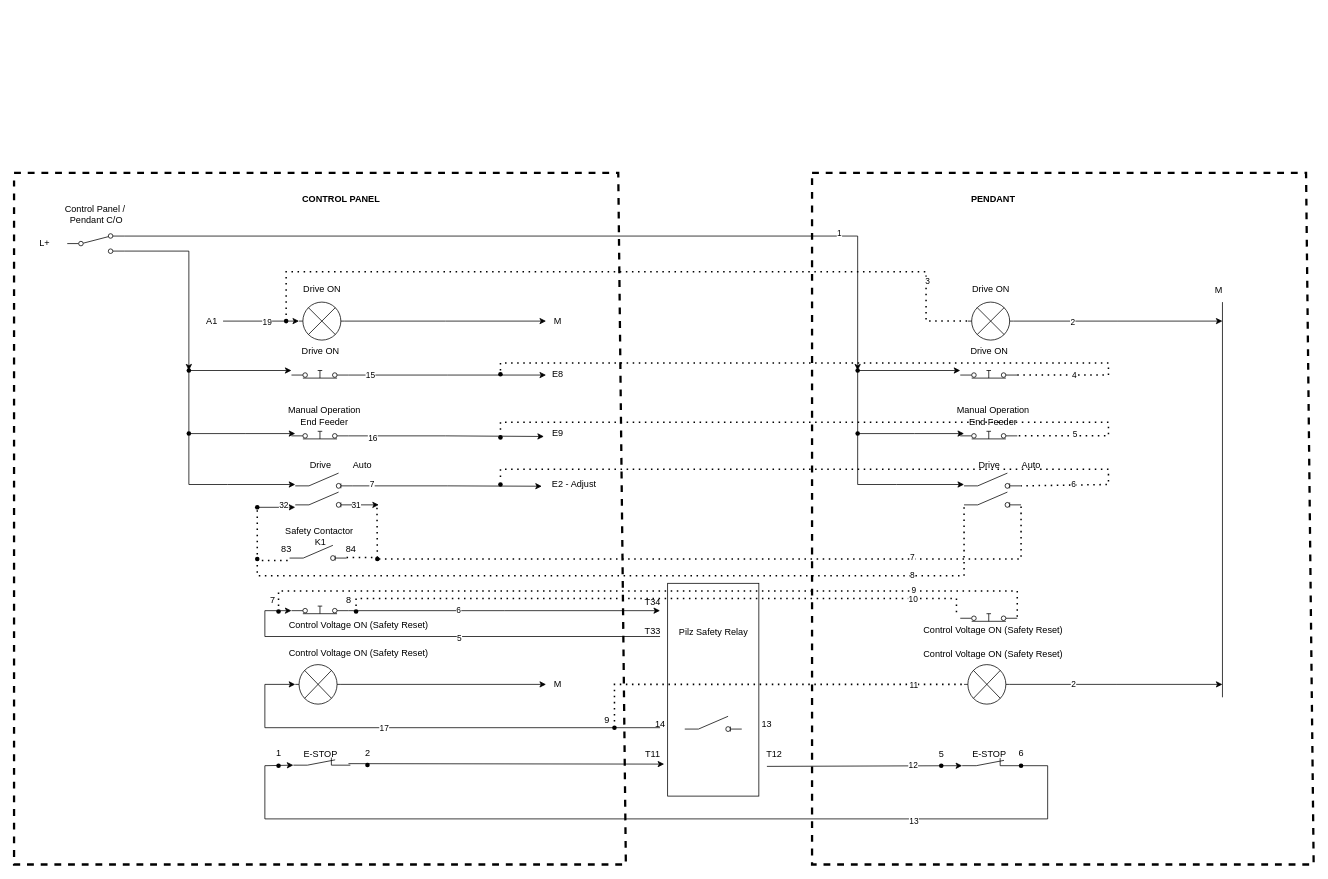
nicholas-carnie/Nicks-files keeps this draw.io diagram as 176 Pendant.drawio. Above is the earlier version. Source tidied: cells renumbered, new cells numbered last; positions are measured from the earlier drawing's top-left corner, leaving out a move shared by most shapes. Both pictures are drawn from the tidied source at 76%, with x=0, y=0 at pixel (14, 173).
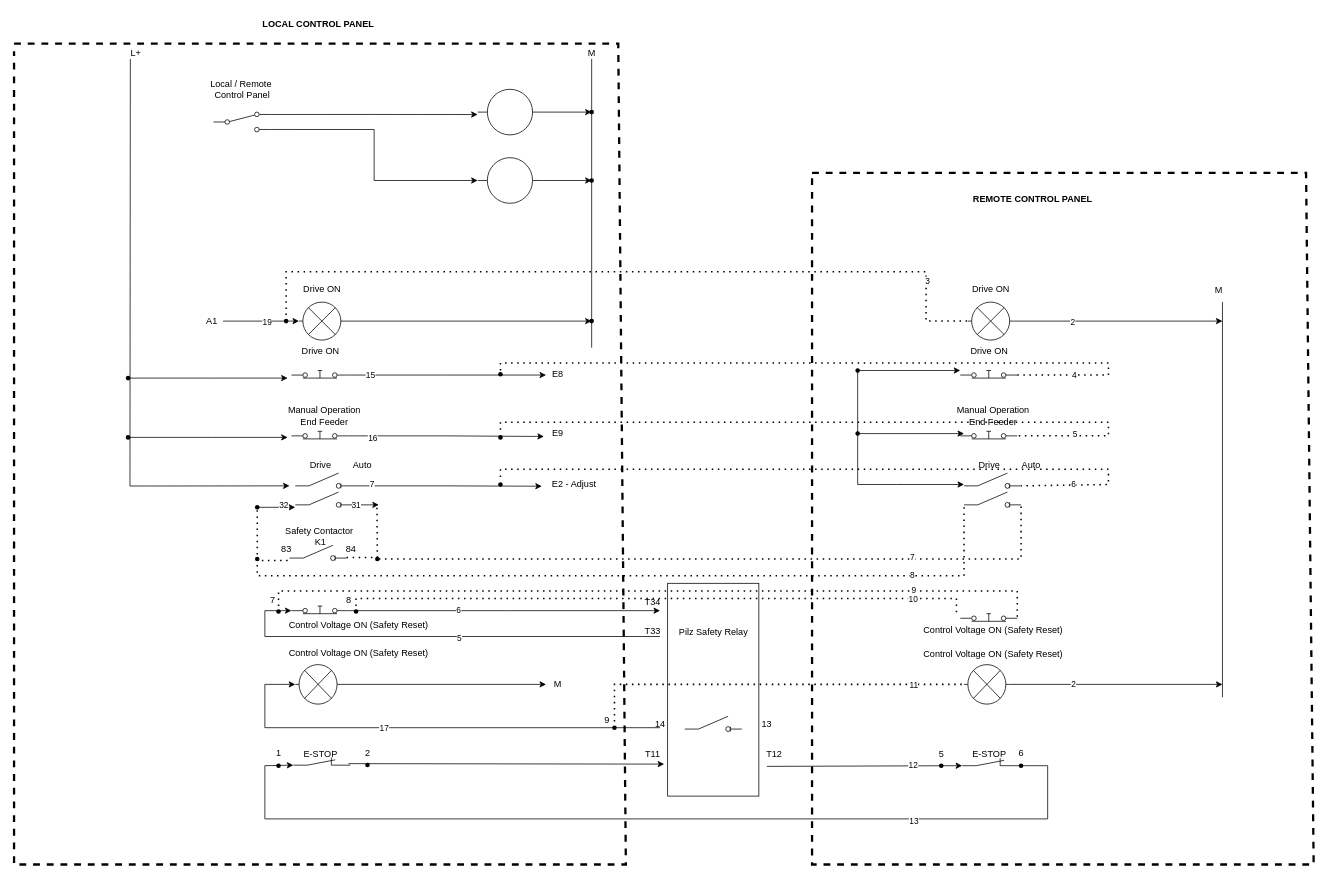
Above is the later version.

Unchanged cells that the change refers to:
```xml
<mxCell id="4" style="html=1;shape=mxgraph.electrical.electro-mechanical.pushbutton;elSwitchState=on;" parent="1" vertex="1">
  <mxGeometry x="365" y="250" width="75" height="20" as="geometry" />
</mxCell>
<mxCell id="52" style="verticalLabelPosition=bottom;shadow=0;dashed=0;align=center;html=1;verticalAlign=top;shape=mxgraph.electrical.miscellaneous.light_bulb;" parent="1" vertex="1">
  <mxGeometry x="375" y="170" width="60" height="50" as="geometry" />
</mxCell>
<mxCell id="75" style="shape=waypoint;sketch=0;fillStyle=solid;size=6;points=[];fillColor=none;perimeter=centerPerimeter;snapToPoint=1;" parent="1" vertex="1">
  <mxGeometry x="1100" y="250" width="20" height="20" as="geometry" />
</mxCell>
```

Change to the diagram source:
```diff
@@
-    <mxCell id="8" style="edgeStyle=orthogonalEdgeStyle;rounded=0;jettySize=auto;html=1;exitX=1;exitY=0.12;exitDx=0;exitDy=0;entryX=0.451;entryY=-0.068;entryDx=0;entryDy=0;entryPerimeter=0;" parent="1" edge="1" source="10" target="75">
-      <mxGeometry relative="1" as="geometry" />
-    </mxCell>
-    <mxCell id="9" value="1" style="edgeLabel;html=1;align=center;verticalAlign=middle;" parent="8" vertex="1">
-      <mxGeometry x="0.65" y="4" relative="1" as="geometry">
-        <mxPoint x="-1" as="offset" />
-      </mxGeometry>
-    </mxCell>
+    <mxCell id="146" style="edgeStyle=orthogonalEdgeStyle;rounded=0;jettySize=auto;html=1;exitX=1;exitY=0.88;exitDx=0;exitDy=0;entryX=0;entryY=0.5;entryDx=0;entryDy=0;entryPerimeter=0;" parent="1" edge="1" source="10" target="150">
+      <mxGeometry relative="1" as="geometry" />
+    </mxCell>
+    <mxCell id="147" style="edgeStyle=orthogonalEdgeStyle;rounded=0;jettySize=auto;html=1;exitX=1;exitY=0.12;exitDx=0;exitDy=0;entryX=0;entryY=0.553;entryDx=0;entryDy=0;entryPerimeter=0;" parent="1" edge="1" source="10" target="149">
+      <mxGeometry relative="1" as="geometry" />
+    </mxCell>
     <mxCell id="10" style="html=1;shape=mxgraph.electrical.electro-mechanical.twoWaySwitch;elSwitchState=2;" parent="1" vertex="1">
-      <mxGeometry x="70" y="80" width="75" height="26" as="geometry" />
+      <mxGeometry x="262.5" y="-80" width="75" height="26" as="geometry" />
     </mxCell>
-    <mxCell id="11" style="edgeStyle=orthogonalEdgeStyle;rounded=0;jettySize=auto;html=1;" parent="1" edge="1" source="12">
-      <mxGeometry relative="1" as="geometry">
-        <mxPoint x="370" y="343" as="targetPoint" />
-      </mxGeometry>
-    </mxCell>
-    <mxCell id="12" style="shape=waypoint;sketch=0;fillStyle=solid;size=6;points=[];fillColor=none;perimeter=centerPerimeter;snapToPoint=1;" parent="1" vertex="1">
-      <mxGeometry x="220" y="333" width="20" height="20" as="geometry" />
-    </mxCell>
-    <mxCell id="13" style="edgeStyle=orthogonalEdgeStyle;rounded=0;jettySize=auto;html=1;" parent="1" edge="1" source="15" target="4">
-      <mxGeometry relative="1" as="geometry" />
-    </mxCell>
-    <mxCell id="14" style="edgeStyle=orthogonalEdgeStyle;rounded=0;jettySize=auto;html=1;" parent="1" edge="1" source="15">
-      <mxGeometry relative="1" as="geometry">
-        <mxPoint x="370" y="410" as="targetPoint" />
-        <Array as="points">
-          <mxPoint x="230" y="410" />
-          <mxPoint x="281" y="410" />
-        </Array>
-      </mxGeometry>
-    </mxCell>
-    <mxCell id="15" style="shape=waypoint;sketch=0;fillStyle=solid;size=6;points=[];fillColor=none;perimeter=centerPerimeter;snapToPoint=1;" parent="1" vertex="1">
-      <mxGeometry x="220" y="250" width="20" height="20" as="geometry" />
-    </mxCell>
@@
     <mxCell id="19" value="L+" style="text;html=1;align=center;verticalAlign=middle;strokeColor=none;fillColor=none;" parent="1" vertex="1">
-      <mxGeometry x="20" y="78" width="40" height="30" as="geometry" />
+      <mxGeometry x="140" y="-172" width="40" height="30" as="geometry" />
     </mxCell>
-    <mxCell id="20" value="&lt;b&gt;CONTROL PANEL&lt;/b&gt;" style="text;html=1;align=center;verticalAlign=middle;strokeColor=none;fillColor=none;" parent="1" vertex="1">
-      <mxGeometry x="365" y="20" width="130" height="30" as="geometry" />
+    <mxCell id="20" value="&lt;b&gt;LOCAL CONTROL PANEL&lt;/b&gt;" style="text;html=1;align=center;verticalAlign=middle;strokeColor=none;fillColor=none;" parent="1" vertex="1">
+      <mxGeometry x="315" y="-210" width="170" height="30" as="geometry" />
     </mxCell>
@@
-    <mxCell id="51" style="edgeStyle=orthogonalEdgeStyle;rounded=0;jettySize=auto;html=1;exitX=1;exitY=0.5;exitDx=0;exitDy=0;exitPerimeter=0;" parent="1" edge="1" source="52">
-      <mxGeometry relative="1" as="geometry">
-        <mxPoint x="700" y="195" as="targetPoint" />
-      </mxGeometry>
+    <mxCell id="51" style="edgeStyle=orthogonalEdgeStyle;rounded=0;jettySize=auto;html=1;exitX=1;exitY=0.5;exitDx=0;exitDy=0;exitPerimeter=0;entryX=0.132;entryY=0.591;entryDx=0;entryDy=0;entryPerimeter=0;" parent="1" edge="1" source="52" target="157">
+      <mxGeometry relative="1" as="geometry" />
     </mxCell>
@@
-    <mxCell id="62" style="edgeStyle=orthogonalEdgeStyle;rounded=0;jettySize=auto;html=1;exitX=1;exitY=0.88;exitDx=0;exitDy=0;entryX=0.041;entryY=-0.113;entryDx=0;entryDy=0;entryPerimeter=0;" parent="1" edge="1" source="10" target="15">
-      <mxGeometry relative="1" as="geometry" />
-    </mxCell>
@@
-    <mxCell id="68" value="M" style="text;html=1;align=center;verticalAlign=middle;strokeColor=none;fillColor=none;" parent="1" vertex="1">
-      <mxGeometry x="700" y="180" width="30" height="30" as="geometry" />
-    </mxCell>
@@
-    <mxCell id="100" value="&lt;b&gt;PENDANT&lt;/b&gt;" style="text;html=1;align=center;verticalAlign=middle;strokeColor=none;fillColor=none;" parent="1" vertex="1">
-      <mxGeometry x="1247.5" y="20" width="80" height="30" as="geometry" />
+    <mxCell id="100" value="&lt;b&gt;REMOTE CONTROL PANEL&lt;/b&gt;" style="text;html=1;align=center;verticalAlign=middle;strokeColor=none;fillColor=none;" parent="1" vertex="1">
+      <mxGeometry x="1250" y="20" width="180" height="30" as="geometry" />
     </mxCell>
@@
-    <mxCell id="122" value="Control Panel /&amp;nbsp;&lt;div&gt;Pendant C/O&lt;/div&gt;" style="text;html=1;align=center;verticalAlign=middle;strokeColor=none;fillColor=none;" parent="1" vertex="1">
-      <mxGeometry x="52.5" y="35" width="110" height="40" as="geometry" />
+    <mxCell id="122" value="Local / Remote&amp;nbsp;&lt;div&gt;Control Panel&lt;/div&gt;" style="text;html=1;align=center;verticalAlign=middle;strokeColor=none;fillColor=none;" parent="1" vertex="1">
+      <mxGeometry x="245" y="-130" width="110" height="40" as="geometry" />
     </mxCell>
@@
     <mxCell id="124" style="endArrow=none;dashed=1;html=1;rounded=0;strokeWidth=3;" parent="1" edge="1">
       <mxGeometry relative="1" as="geometry">
-        <mxPoint as="sourcePoint" />
-        <mxPoint y="10" as="targetPoint" />
+        <mxPoint y="-170" as="sourcePoint" />
+        <mxPoint y="-160" as="targetPoint" />
         <Array as="points">
-          <mxPoint x="795" />
+          <mxPoint x="795" y="-170" />
           <mxPoint x="805" y="910" />
           <mxPoint y="910" />
         </Array>
       </mxGeometry>
     </mxCell>
@@
+    <mxCell id="148" style="edgeStyle=orthogonalEdgeStyle;rounded=0;jettySize=auto;html=1;exitX=1;exitY=0.5;exitDx=0;exitDy=0;exitPerimeter=0;" parent="1" edge="1" source="149" target="153">
+      <mxGeometry relative="1" as="geometry" />
+    </mxCell>
+    <mxCell id="149" style="verticalLabelPosition=bottom;shadow=0;dashed=0;align=center;html=1;verticalAlign=top;shape=mxgraph.electrical.electro-mechanical.relay_coil_2;" parent="1" vertex="1">
+      <mxGeometry x="610" y="-110" width="85" height="60" as="geometry" />
+    </mxCell>
+    <mxCell id="150" style="verticalLabelPosition=bottom;shadow=0;dashed=0;align=center;html=1;verticalAlign=top;shape=mxgraph.electrical.electro-mechanical.relay_coil_2;" parent="1" vertex="1">
+      <mxGeometry x="610" y="-20" width="85" height="60" as="geometry" />
+    </mxCell>
+    <mxCell id="151" style="endArrow=none;html=1;rounded=0;" parent="1" edge="1" source="153">
+      <mxGeometry relative="1" as="geometry">
+        <mxPoint x="760" y="-150" as="targetPoint" />
+      </mxGeometry>
+    </mxCell>
+    <mxCell id="152" style="endArrow=none;html=1;rounded=0;" parent="1" edge="1" source="155" target="153">
+      <mxGeometry relative="1" as="geometry" />
+    </mxCell>
+    <mxCell id="153" style="shape=waypoint;sketch=0;fillStyle=solid;size=6;points=[];fillColor=none;perimeter=centerPerimeter;snapToPoint=1;" parent="1" vertex="1">
+      <mxGeometry x="750" y="-90" width="20" height="20" as="geometry" />
+    </mxCell>
+    <mxCell id="154" style="endArrow=none;html=1;rounded=0;" parent="1" edge="1" source="157" target="155">
+      <mxGeometry relative="1" as="geometry" />
+    </mxCell>
+    <mxCell id="155" style="shape=waypoint;sketch=0;fillStyle=solid;size=6;points=[];fillColor=none;perimeter=centerPerimeter;snapToPoint=1;" parent="1" vertex="1">
+      <mxGeometry x="750" width="20" height="20" as="geometry" />
+    </mxCell>
+    <mxCell id="156" style="endArrow=none;html=1;rounded=0;" parent="1" edge="1" target="157">
+      <mxGeometry relative="1" as="geometry">
+        <mxPoint x="760" y="230" as="sourcePoint" />
+      </mxGeometry>
+    </mxCell>
+    <mxCell id="157" style="shape=waypoint;sketch=0;fillStyle=solid;size=6;points=[];fillColor=none;perimeter=centerPerimeter;snapToPoint=1;" parent="1" vertex="1">
+      <mxGeometry x="750" y="185" width="20" height="20" as="geometry" />
+    </mxCell>
+    <mxCell id="158" style="edgeStyle=orthogonalEdgeStyle;rounded=0;jettySize=auto;html=1;exitX=1;exitY=0.5;exitDx=0;exitDy=0;exitPerimeter=0;entryX=0.087;entryY=0.523;entryDx=0;entryDy=0;entryPerimeter=0;" parent="1" edge="1" source="150" target="155">
+      <mxGeometry relative="1" as="geometry" />
+    </mxCell>
+    <mxCell id="68" value="M" style="text;html=1;align=center;verticalAlign=middle;strokeColor=none;fillColor=none;" parent="1" vertex="1">
+      <mxGeometry x="745" y="-172" width="30" height="30" as="geometry" />
+    </mxCell>
+    <mxCell id="159" style="endArrow=classic;html=1;rounded=0;entryX=0;entryY=0.84;entryDx=0;entryDy=0;" parent="1" edge="1">
+      <mxGeometry relative="1" as="geometry">
+        <mxPoint x="153" y="-150" as="sourcePoint" />
+        <mxPoint x="362.5" y="411.8" as="targetPoint" />
+        <Array as="points">
+          <mxPoint x="152.5" y="412" />
+        </Array>
+      </mxGeometry>
+    </mxCell>
+    <mxCell id="160" style="edgeStyle=orthogonalEdgeStyle;rounded=0;jettySize=auto;html=1;" parent="1" edge="1" source="161">
+      <mxGeometry relative="1" as="geometry">
+        <mxPoint x="360" y="270" as="targetPoint" />
+      </mxGeometry>
+    </mxCell>
+    <mxCell id="161" style="shape=waypoint;sketch=0;fillStyle=solid;size=6;points=[];fillColor=none;perimeter=centerPerimeter;snapToPoint=1;" parent="1" vertex="1">
+      <mxGeometry x="140" y="260" width="20" height="20" as="geometry" />
+    </mxCell>
+    <mxCell id="162" style="edgeStyle=orthogonalEdgeStyle;rounded=0;jettySize=auto;html=1;" parent="1" edge="1" source="163">
+      <mxGeometry relative="1" as="geometry">
+        <mxPoint x="360" y="348" as="targetPoint" />
+      </mxGeometry>
+    </mxCell>
+    <mxCell id="163" style="shape=waypoint;sketch=0;fillStyle=solid;size=6;points=[];fillColor=none;perimeter=centerPerimeter;snapToPoint=1;" parent="1" vertex="1">
+      <mxGeometry x="140" y="338" width="20" height="20" as="geometry" />
+    </mxCell>
```
